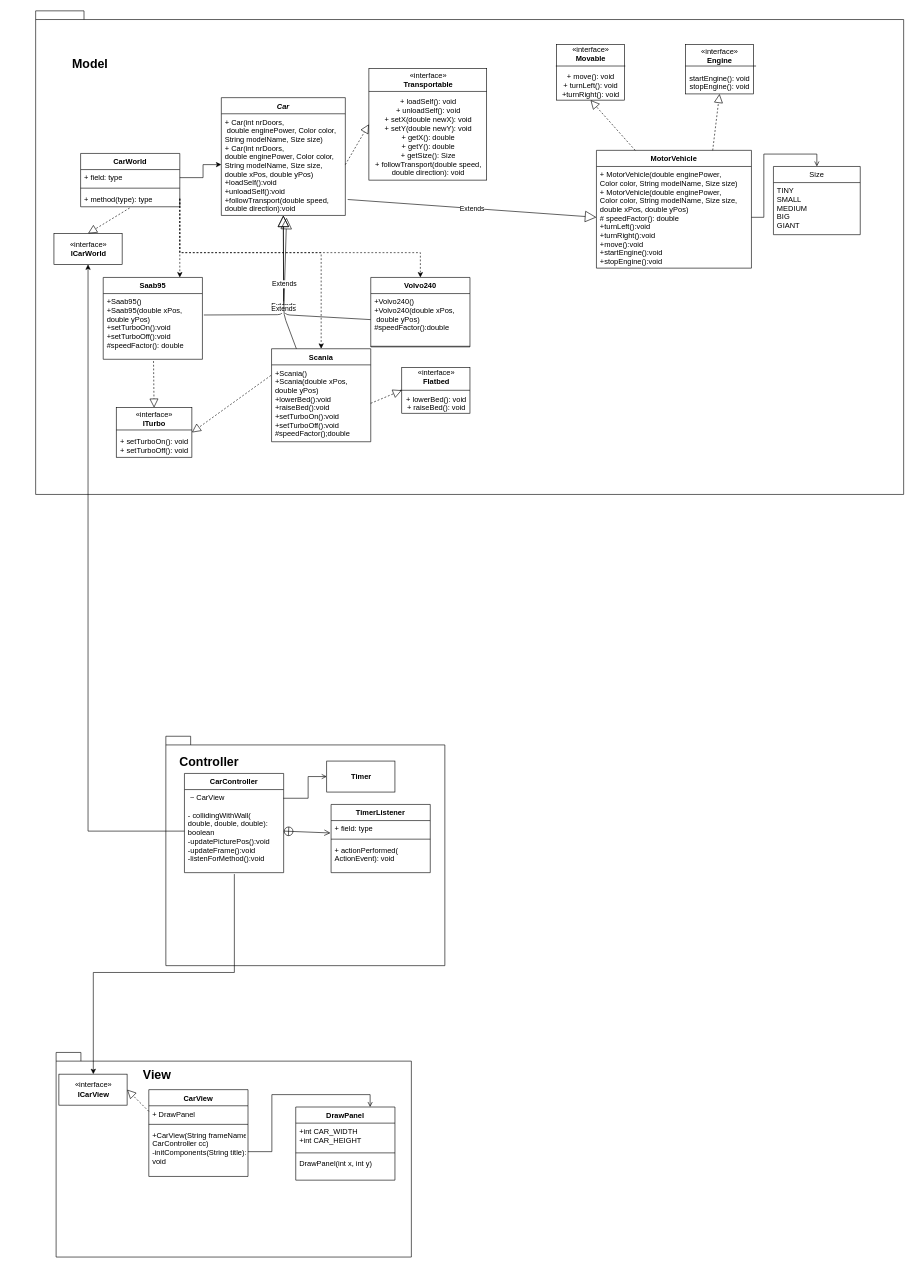
This is Labb2Nicer.drawio from FHanberg/Labb-2-Del-B, a draw.io file, before an edit. Source tidied: cells renumbered, new cells numbered last; positions are measured from the earlier drawing's top-left corner, leaving out a move shared by most shapes. Both pictures are drawn from the tidied source at 62%, with x=0, y=0 at pixel (35, 11).
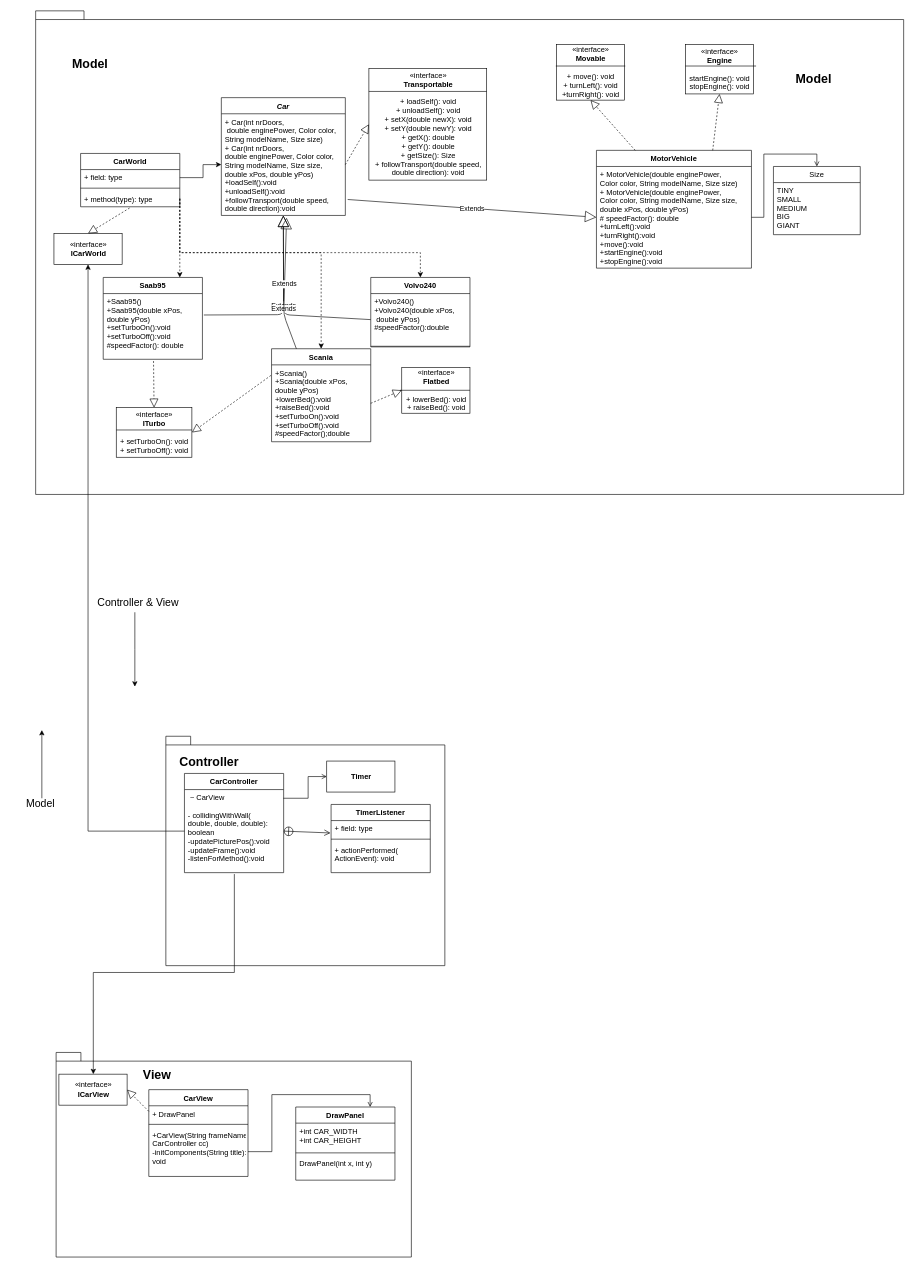
The same page after the edit.

Commit message:
Improved readability.

Diff of the diagram source:
```diff
@@
+    <mxCell id="74" value="Model" style="text;html=1;strokeColor=none;fillColor=none;align=center;verticalAlign=middle;whiteSpace=wrap;rounded=0;fontStyle=1;fontSize=20;" parent="1" vertex="1">
+      <mxGeometry x="1190" y="54" width="130" height="110" as="geometry" />
+    </mxCell>
+    <mxCell id="75" style="endArrow=classic;html=1;" parent="1" edge="1">
+      <mxGeometry relative="1" as="geometry">
+        <mxPoint x="10" y="1270" as="sourcePoint" />
+        <mxPoint x="10" y="1160" as="targetPoint" />
+      </mxGeometry>
+    </mxCell>
+    <mxCell id="76" value="Model" style="text;html=1;strokeColor=none;fillColor=none;align=center;verticalAlign=middle;whiteSpace=wrap;rounded=0;fontStyle=0;fontSize=17;" parent="1" vertex="1">
+      <mxGeometry x="-40" y="1245" width="96" height="70" as="geometry" />
+    </mxCell>
+    <mxCell id="77" style="endArrow=classic;html=1;fontSize=17;" parent="1" edge="1">
+      <mxGeometry relative="1" as="geometry">
+        <mxPoint x="160" y="970" as="sourcePoint" />
+        <mxPoint x="160" y="1090" as="targetPoint" />
+        <Array as="points">
+          <mxPoint x="160" y="1020" />
+        </Array>
+      </mxGeometry>
+    </mxCell>
+    <mxCell id="78" value="Controller &amp;amp; View" style="text;html=1;strokeColor=none;fillColor=none;align=center;verticalAlign=middle;whiteSpace=wrap;rounded=0;fontStyle=0;fontSize=17;" parent="1" vertex="1">
+      <mxGeometry x="84.5" y="920" width="161" height="70" as="geometry" />
+    </mxCell>
```
